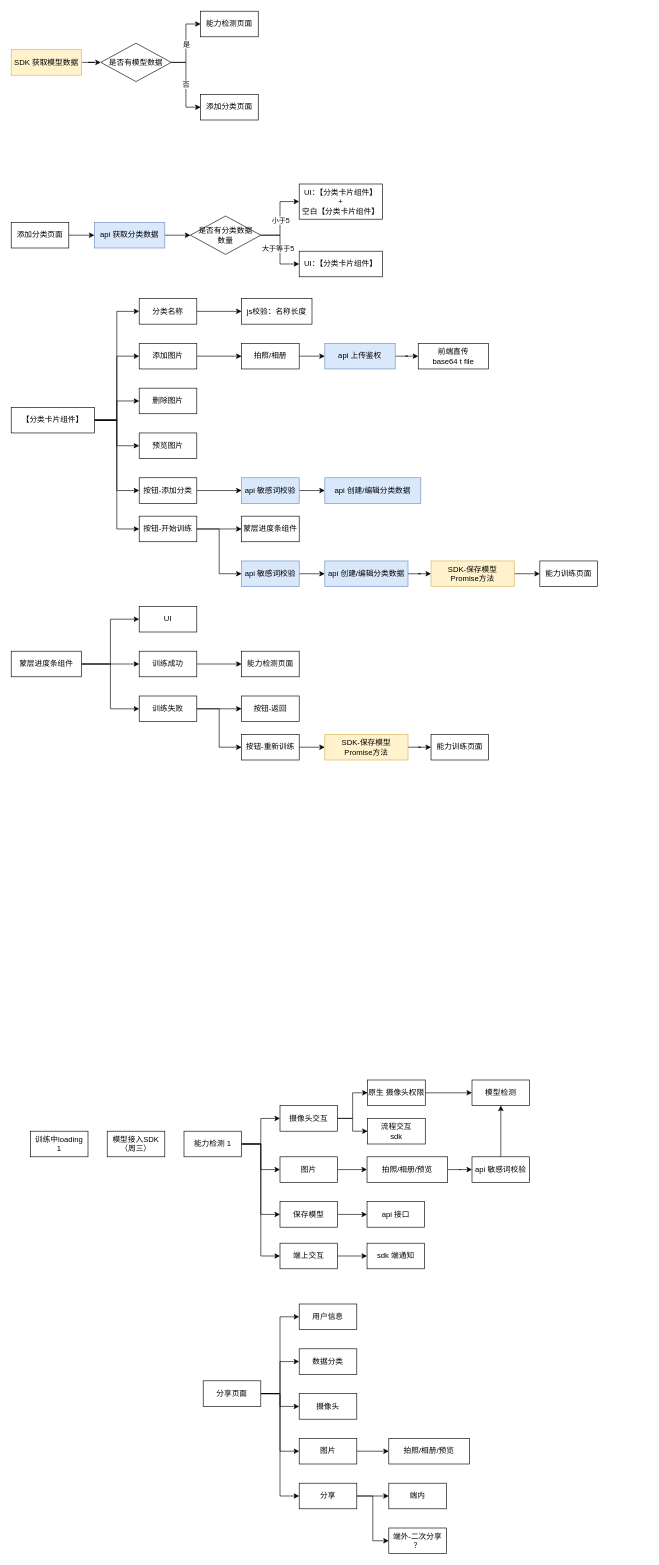
Above: page "物品识别" (9 of 9) of my-project/未命名绘图.drawio in gmtaurus/ceshi (draw.io), before the change. Source tidied: cells renumbered, new cells numbered last; positions are measured from the earlier drawing's top-left corner, leaving out a move shared by most shapes. Both pictures are drawn from the tidied source at 64%, with x=0, y=0 at pixel (11, 11).
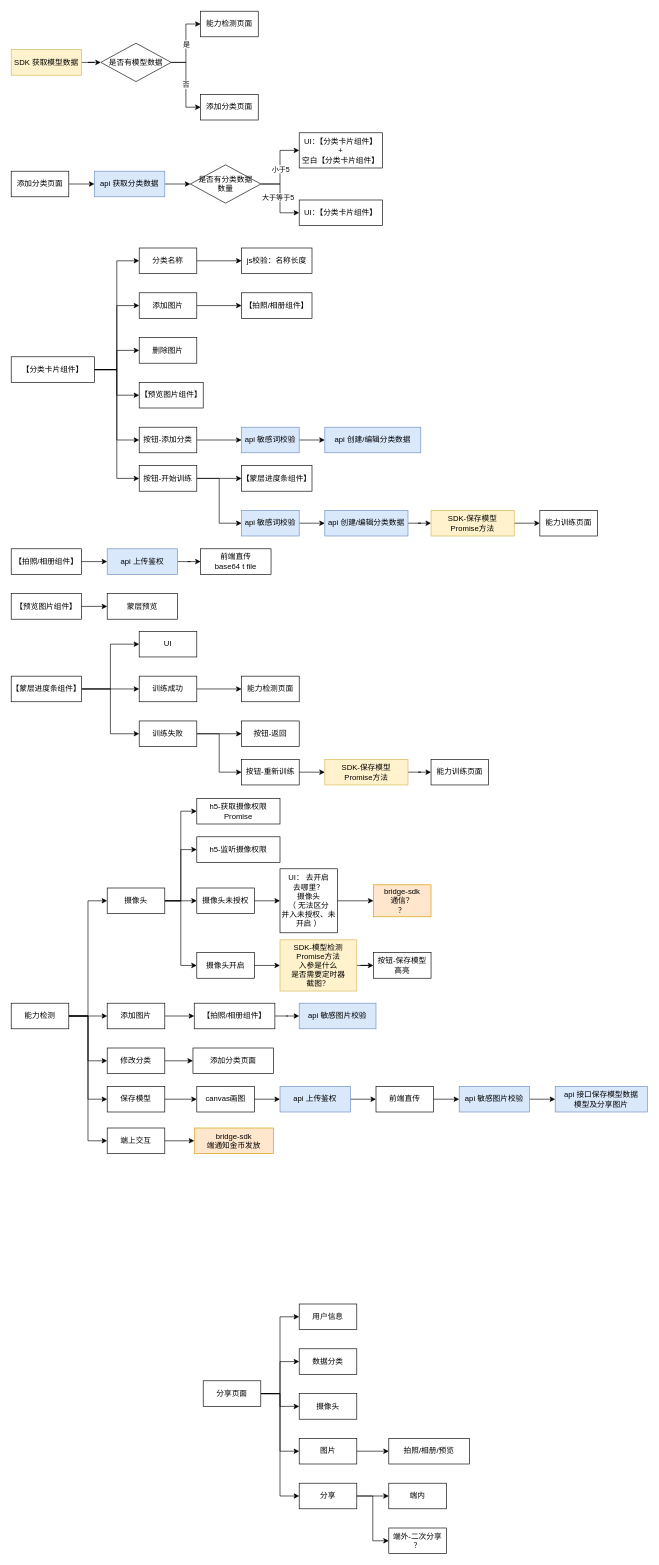
After the change.

Commit message (it also covers changes not shown here):
更新未命名绘图.drawio

The edit, as a diff of the source:
```diff
@@
-    <mxCell id="2" value="训练中loading&lt;br&gt;1" style="rounded=0;whiteSpace=wrap;html=1;" parent="1" vertex="1">
-      <mxGeometry x="30" y="1750" width="90" height="40" as="geometry" />
-    </mxCell>
-    <mxCell id="3" style="edgeStyle=orthogonalEdgeStyle;rounded=0;jettySize=auto;html=1;" parent="1" edge="1" source="7" target="15">
-      <mxGeometry relative="1" as="geometry" />
-    </mxCell>
@@
+    <mxCell id="3" style="edgeStyle=orthogonalEdgeStyle;rounded=0;jettySize=auto;html=1;exitX=1;exitY=0.5;exitDx=0;exitDy=0;entryX=0;entryY=0.5;entryDx=0;entryDy=0;" parent="1" edge="1" source="7" target="15">
+      <mxGeometry relative="1" as="geometry" />
+    </mxCell>
+    <mxCell id="116" style="edgeStyle=orthogonalEdgeStyle;rounded=0;jettySize=auto;html=1;exitX=1;exitY=0.5;exitDx=0;exitDy=0;entryX=0;entryY=0.5;entryDx=0;entryDy=0;" parent="1" edge="1" source="7" target="145">
+      <mxGeometry relative="1" as="geometry" />
+    </mxCell>
-    <mxCell id="7" value="能力检测 1" style="rounded=0;whiteSpace=wrap;html=1;" parent="1" vertex="1">
-      <mxGeometry x="270" y="1750" width="90" height="40" as="geometry" />
+    <mxCell id="7" value="能力检测" style="rounded=0;whiteSpace=wrap;html=1;" parent="1" vertex="1">
+      <mxGeometry y="1550" width="90" height="40" as="geometry" />
     </mxCell>
-    <mxCell id="8" style="edgeStyle=orthogonalEdgeStyle;rounded=0;jettySize=auto;html=1;" parent="1" edge="1" source="10" target="12">
+    <mxCell id="8" style="edgeStyle=orthogonalEdgeStyle;rounded=0;jettySize=auto;html=1;exitX=1;exitY=0.5;exitDx=0;exitDy=0;entryX=0;entryY=0.5;entryDx=0;entryDy=0;" parent="1" edge="1" source="10" target="12">
       <mxGeometry relative="1" as="geometry" />
     </mxCell>
-    <mxCell id="9" style="edgeStyle=orthogonalEdgeStyle;rounded=0;jettySize=auto;html=1;exitX=1;exitY=0.5;exitDx=0;exitDy=0;entryX=0;entryY=0.5;entryDx=0;entryDy=0;" parent="1" edge="1" source="10" target="33">
-      <mxGeometry relative="1" as="geometry" />
-    </mxCell>
+    <mxCell id="117" style="edgeStyle=orthogonalEdgeStyle;rounded=0;jettySize=auto;html=1;exitX=1;exitY=0.5;exitDx=0;exitDy=0;entryX=0;entryY=0.5;entryDx=0;entryDy=0;" parent="1" edge="1" source="10" target="125">
+      <mxGeometry relative="1" as="geometry" />
+    </mxCell>
+    <mxCell id="118" style="edgeStyle=orthogonalEdgeStyle;rounded=0;jettySize=auto;html=1;exitX=1;exitY=0.5;exitDx=0;exitDy=0;entryX=0;entryY=0.5;entryDx=0;entryDy=0;" parent="1" edge="1" source="10" target="130">
+      <mxGeometry relative="1" as="geometry" />
+    </mxCell>
+    <mxCell id="119" style="edgeStyle=orthogonalEdgeStyle;rounded=0;jettySize=auto;html=1;exitX=1;exitY=0.5;exitDx=0;exitDy=0;entryX=0;entryY=0.5;entryDx=0;entryDy=0;" parent="1" edge="1" source="10" target="129">
+      <mxGeometry relative="1" as="geometry" />
+    </mxCell>
-    <mxCell id="10" value="摄像头交互" style="rounded=0;whiteSpace=wrap;html=1;" parent="1" vertex="1">
-      <mxGeometry x="420" y="1710" width="90" height="40" as="geometry" />
+    <mxCell id="10" value="摄像头" style="rounded=0;whiteSpace=wrap;html=1;" parent="1" vertex="1">
+      <mxGeometry x="150" y="1370" width="90" height="40" as="geometry" />
     </mxCell>
-    <mxCell id="11" style="edgeStyle=orthogonalEdgeStyle;rounded=0;jettySize=auto;html=1;" parent="1" edge="1" source="12" target="26">
+    <mxCell id="11" style="edgeStyle=orthogonalEdgeStyle;rounded=0;jettySize=auto;html=1;entryX=0;entryY=0.5;entryDx=0;entryDy=0;" parent="1" edge="1" source="12" target="122">
       <mxGeometry relative="1" as="geometry" />
     </mxCell>
-    <mxCell id="12" value="原生 摄像头权限" style="rounded=0;whiteSpace=wrap;html=1;" parent="1" vertex="1">
-      <mxGeometry x="557" y="1670" width="90" height="40" as="geometry" />
+    <mxCell id="12" value="摄像头未授权" style="rounded=0;whiteSpace=wrap;html=1;" parent="1" vertex="1">
+      <mxGeometry x="290" y="1370" width="90" height="40" as="geometry" />
     </mxCell>
-    <mxCell id="13" value="模型接入SDK（周三）" style="rounded=0;whiteSpace=wrap;html=1;" parent="1" vertex="1">
-      <mxGeometry x="150" y="1750" width="90" height="40" as="geometry" />
-    </mxCell>
@@
-    <mxCell id="15" value="图片" style="rounded=0;whiteSpace=wrap;html=1;" parent="1" vertex="1">
-      <mxGeometry x="420" y="1790" width="90" height="40" as="geometry" />
+    <mxCell id="15" value="添加图片" style="rounded=0;whiteSpace=wrap;html=1;" parent="1" vertex="1">
+      <mxGeometry x="150" y="1550" width="90" height="40" as="geometry" />
     </mxCell>
@@
-    <mxCell id="17" value="拍照/相册/预览" style="rounded=0;whiteSpace=wrap;html=1;" parent="1" vertex="1">
-      <mxGeometry x="556" y="1790" width="126" height="40" as="geometry" />
+    <mxCell id="17" value="【拍照/相册组件】" style="rounded=0;whiteSpace=wrap;html=1;" parent="1" vertex="1">
+      <mxGeometry x="286" y="1550" width="126" height="40" as="geometry" />
     </mxCell>
-    <mxCell id="18" style="edgeStyle=orthogonalEdgeStyle;rounded=0;jettySize=auto;html=1;" parent="1" edge="1" source="19" target="23">
-      <mxGeometry relative="1" as="geometry" />
-    </mxCell>
+    <mxCell id="120" style="edgeStyle=orthogonalEdgeStyle;rounded=0;jettySize=auto;html=1;" parent="1" edge="1" source="19" target="139">
+      <mxGeometry relative="1" as="geometry" />
+    </mxCell>
     <mxCell id="19" value="保存模型" style="rounded=0;whiteSpace=wrap;html=1;" parent="1" vertex="1">
-      <mxGeometry x="420" y="1860" width="90" height="40" as="geometry" />
+      <mxGeometry x="150" y="1680" width="90" height="40" as="geometry" />
     </mxCell>
@@
     <mxCell id="21" value="端上交互" style="rounded=0;whiteSpace=wrap;html=1;" parent="1" vertex="1">
-      <mxGeometry x="420" y="1925" width="90" height="40" as="geometry" />
+      <mxGeometry x="150" y="1745" width="90" height="40" as="geometry" />
     </mxCell>
-    <mxCell id="22" value="sdk 端通知" style="rounded=0;whiteSpace=wrap;html=1;" parent="1" vertex="1">
-      <mxGeometry x="556" y="1925" width="90" height="40" as="geometry" />
+    <mxCell id="22" value="bridge-sdk &lt;br&gt;端通知金币发放" style="rounded=0;whiteSpace=wrap;html=1;fillColor=#ffe6cc;strokeColor=#d79b00;" parent="1" vertex="1">
+      <mxGeometry x="286" y="1745" width="124" height="40" as="geometry" />
     </mxCell>
-    <mxCell id="23" value="api 接口" style="rounded=0;whiteSpace=wrap;html=1;" parent="1" vertex="1">
-      <mxGeometry x="556" y="1860" width="90" height="40" as="geometry" />
+    <mxCell id="23" value="api 接口保存模型数据&lt;br&gt;模型及分享图片" style="rounded=0;whiteSpace=wrap;html=1;fillColor=#dae8fc;strokeColor=#6c8ebf;" parent="1" vertex="1">
+      <mxGeometry x="850" y="1680" width="144" height="40" as="geometry" />
     </mxCell>
-    <mxCell id="24" style="edgeStyle=orthogonalEdgeStyle;rounded=0;jettySize=auto;html=1;" parent="1" edge="1" source="25" target="26">
-      <mxGeometry relative="1" as="geometry" />
-    </mxCell>
-    <mxCell id="25" value="api 敏感词校验" style="rounded=0;whiteSpace=wrap;html=1;" parent="1" vertex="1">
-      <mxGeometry x="720" y="1790" width="90" height="40" as="geometry" />
+    <mxCell id="25" value="api 敏感图片校验" style="rounded=0;whiteSpace=wrap;html=1;fillColor=#dae8fc;strokeColor=#6c8ebf;" parent="1" vertex="1">
+      <mxGeometry x="450" y="1550" width="120" height="40" as="geometry" />
     </mxCell>
-    <mxCell id="26" value="模型检测" style="rounded=0;whiteSpace=wrap;html=1;" parent="1" vertex="1">
-      <mxGeometry x="720" y="1670" width="90" height="40" as="geometry" />
-    </mxCell>
@@
-    <mxCell id="33" value="流程交互&lt;br&gt;sdk" style="rounded=0;whiteSpace=wrap;html=1;" parent="1" vertex="1">
-      <mxGeometry x="557" y="1730" width="90" height="40" as="geometry" />
-    </mxCell>
@@
     <mxCell id="54" value="api 获取分类数据" style="rounded=0;whiteSpace=wrap;html=1;fillColor=#dae8fc;strokeColor=#6c8ebf;" parent="1" vertex="1">
-      <mxGeometry x="130" y="330" width="110" height="40" as="geometry" />
+      <mxGeometry x="130" y="250" width="110" height="40" as="geometry" />
     </mxCell>
@@
     <mxCell id="56" value="添加分类页面" style="rounded=0;whiteSpace=wrap;html=1;" parent="1" vertex="1">
-      <mxGeometry y="330" width="90" height="40" as="geometry" />
+      <mxGeometry y="250" width="90" height="40" as="geometry" />
     </mxCell>
     <mxCell id="57" value="UI：【分类卡片组件】&lt;br&gt;+&lt;br&gt;空白【分类卡片组件】" style="rounded=0;whiteSpace=wrap;html=1;" parent="1" vertex="1">
-      <mxGeometry x="450" y="270" width="130" height="55" as="geometry" />
+      <mxGeometry x="450" y="190" width="130" height="55" as="geometry" />
     </mxCell>
@@
     <mxCell id="62" value="是否有分类数据&lt;br&gt;数量" style="rhombus;whiteSpace=wrap;html=1;" parent="1" vertex="1">
-      <mxGeometry x="280" y="320" width="110" height="60" as="geometry" />
+      <mxGeometry x="280" y="240" width="110" height="60" as="geometry" />
     </mxCell>
     <mxCell id="63" value="UI：【分类卡片组件】" style="rounded=0;whiteSpace=wrap;html=1;" parent="1" vertex="1">
-      <mxGeometry x="450" y="375" width="130" height="40" as="geometry" />
+      <mxGeometry x="450" y="295" width="130" height="40" as="geometry" />
     </mxCell>
@@
     <mxCell id="70" value="【分类卡片组件】" style="rounded=0;whiteSpace=wrap;html=1;" parent="1" vertex="1">
-      <mxGeometry y="619" width="130" height="40" as="geometry" />
+      <mxGeometry y="540" width="130" height="40" as="geometry" />
     </mxCell>
@@
     <mxCell id="72" value="分类名称" style="rounded=0;whiteSpace=wrap;html=1;" parent="1" vertex="1">
-      <mxGeometry x="200" y="449" width="90" height="40" as="geometry" />
+      <mxGeometry x="200" y="370" width="90" height="40" as="geometry" />
     </mxCell>
@@
     <mxCell id="74" value="添加图片" style="rounded=0;whiteSpace=wrap;html=1;" parent="1" vertex="1">
-      <mxGeometry x="200" y="519" width="90" height="40" as="geometry" />
+      <mxGeometry x="200" y="440" width="90" height="40" as="geometry" />
     </mxCell>
@@
     <mxCell id="76" value="按钮-添加分类" style="rounded=0;whiteSpace=wrap;html=1;" parent="1" vertex="1">
-      <mxGeometry x="200" y="729" width="90" height="40" as="geometry" />
+      <mxGeometry x="200" y="650" width="90" height="40" as="geometry" />
     </mxCell>
@@
     <mxCell id="79" value="按钮-开始训练" style="rounded=0;whiteSpace=wrap;html=1;" parent="1" vertex="1">
-      <mxGeometry x="200" y="789" width="90" height="40" as="geometry" />
+      <mxGeometry x="200" y="710" width="90" height="40" as="geometry" />
     </mxCell>
     <mxCell id="80" value="js校验：名称长度" style="rounded=0;whiteSpace=wrap;html=1;" parent="1" vertex="1">
-      <mxGeometry x="360" y="449" width="110" height="40" as="geometry" />
+      <mxGeometry x="360" y="370" width="110" height="40" as="geometry" />
     </mxCell>
@@
     <mxCell id="82" value="api 敏感词校验" style="rounded=0;whiteSpace=wrap;html=1;fillColor=#dae8fc;strokeColor=#6c8ebf;" parent="1" vertex="1">
-      <mxGeometry x="360" y="729" width="90" height="40" as="geometry" />
+      <mxGeometry x="360" y="650" width="90" height="40" as="geometry" />
     </mxCell>
@@
     <mxCell id="84" value="api 敏感词校验" style="rounded=0;whiteSpace=wrap;html=1;fillColor=#dae8fc;strokeColor=#6c8ebf;" parent="1" vertex="1">
-      <mxGeometry x="360" y="859" width="90" height="40" as="geometry" />
+      <mxGeometry x="360" y="780" width="90" height="40" as="geometry" />
     </mxCell>
     <mxCell id="85" value="api 创建/编辑分类数据" style="rounded=0;whiteSpace=wrap;html=1;fillColor=#dae8fc;strokeColor=#6c8ebf;" parent="1" vertex="1">
-      <mxGeometry x="490" y="729" width="150" height="40" as="geometry" />
+      <mxGeometry x="490" y="650" width="150" height="40" as="geometry" />
     </mxCell>
@@
     <mxCell id="87" value="api 创建/编辑分类数据" style="rounded=0;whiteSpace=wrap;html=1;fillColor=#dae8fc;strokeColor=#6c8ebf;" parent="1" vertex="1">
-      <mxGeometry x="490" y="859" width="130" height="40" as="geometry" />
+      <mxGeometry x="490" y="780" width="130" height="40" as="geometry" />
     </mxCell>
@@
     <mxCell id="89" value="SDK-保存模型&lt;br&gt;Promise方法" style="rounded=0;whiteSpace=wrap;html=1;fillColor=#fff2cc;strokeColor=#d6b656;" parent="1" vertex="1">
-      <mxGeometry x="656" y="859" width="130" height="40" as="geometry" />
+      <mxGeometry x="656" y="780" width="130" height="40" as="geometry" />
     </mxCell>
-    <mxCell id="90" style="edgeStyle=orthogonalEdgeStyle;rounded=0;jettySize=auto;html=1;" parent="1" edge="1" source="91" target="95">
-      <mxGeometry relative="1" as="geometry" />
-    </mxCell>
-    <mxCell id="91" value="拍照/相册" style="rounded=0;whiteSpace=wrap;html=1;" parent="1" vertex="1">
-      <mxGeometry x="360" y="519" width="90" height="40" as="geometry" />
+    <mxCell id="91" value="【拍照/相册组件】" style="rounded=0;whiteSpace=wrap;html=1;" parent="1" vertex="1">
+      <mxGeometry x="360" y="440" width="110" height="40" as="geometry" />
     </mxCell>
     <mxCell id="92" value="删除图片" style="rounded=0;whiteSpace=wrap;html=1;" parent="1" vertex="1">
-      <mxGeometry x="200" y="589" width="90" height="40" as="geometry" />
+      <mxGeometry x="200" y="510" width="90" height="40" as="geometry" />
     </mxCell>
-    <mxCell id="93" value="预览图片" style="rounded=0;whiteSpace=wrap;html=1;" parent="1" vertex="1">
-      <mxGeometry x="200" y="659" width="90" height="40" as="geometry" />
+    <mxCell id="93" value="【预览图片组件】" style="rounded=0;whiteSpace=wrap;html=1;" parent="1" vertex="1">
+      <mxGeometry x="200" y="580" width="100" height="40" as="geometry" />
     </mxCell>
@@
     <mxCell id="95" value="api 上传鉴权" style="rounded=0;whiteSpace=wrap;html=1;fillColor=#dae8fc;strokeColor=#6c8ebf;" parent="1" vertex="1">
-      <mxGeometry x="490" y="519" width="110" height="40" as="geometry" />
+      <mxGeometry x="150" y="840" width="110" height="40" as="geometry" />
     </mxCell>
     <mxCell id="96" value="前端直传&lt;br&gt;base64 t file" style="rounded=0;whiteSpace=wrap;html=1;" parent="1" vertex="1">
-      <mxGeometry x="636" y="519" width="110" height="40" as="geometry" />
+      <mxGeometry x="296" y="840" width="110" height="40" as="geometry" />
     </mxCell>
-    <mxCell id="97" value="蒙层进度条组件" style="rounded=0;whiteSpace=wrap;html=1;" parent="1" vertex="1">
-      <mxGeometry x="360" y="789" width="90" height="40" as="geometry" />
+    <mxCell id="97" value="【蒙层进度条组件】" style="rounded=0;whiteSpace=wrap;html=1;" parent="1" vertex="1">
+      <mxGeometry x="360" y="710" width="110" height="40" as="geometry" />
     </mxCell>
@@
-    <mxCell id="101" value="蒙层进度条组件" style="rounded=0;whiteSpace=wrap;html=1;" parent="1" vertex="1">
-      <mxGeometry y="1000" width="110" height="40" as="geometry" />
+    <mxCell id="101" value="【蒙层进度条组件】" style="rounded=0;whiteSpace=wrap;html=1;" parent="1" vertex="1">
+      <mxGeometry y="1039" width="110" height="40" as="geometry" />
     </mxCell>
     <mxCell id="102" value="UI" style="rounded=0;whiteSpace=wrap;html=1;" parent="1" vertex="1">
-      <mxGeometry x="200" y="930" width="90" height="40" as="geometry" />
+      <mxGeometry x="200" y="969" width="90" height="40" as="geometry" />
     </mxCell>
@@
     <mxCell id="104" value="训练成功" style="rounded=0;whiteSpace=wrap;html=1;" parent="1" vertex="1">
-      <mxGeometry x="200" y="1000" width="90" height="40" as="geometry" />
+      <mxGeometry x="200" y="1039" width="90" height="40" as="geometry" />
     </mxCell>
@@
     <mxCell id="107" value="训练失败" style="rounded=0;whiteSpace=wrap;html=1;" parent="1" vertex="1">
-      <mxGeometry x="200" y="1070" width="90" height="40" as="geometry" />
+      <mxGeometry x="200" y="1109" width="90" height="40" as="geometry" />
     </mxCell>
     <mxCell id="108" value="能力检测页面" style="rounded=0;whiteSpace=wrap;html=1;" parent="1" vertex="1">
-      <mxGeometry x="360" y="1000" width="90" height="40" as="geometry" />
+      <mxGeometry x="360" y="1039" width="90" height="40" as="geometry" />
     </mxCell>
     <mxCell id="109" value="按钮-返回" style="rounded=0;whiteSpace=wrap;html=1;" parent="1" vertex="1">
-      <mxGeometry x="360" y="1070" width="90" height="40" as="geometry" />
+      <mxGeometry x="360" y="1109" width="90" height="40" as="geometry" />
     </mxCell>
@@
     <mxCell id="111" value="按钮-重新训练" style="rounded=0;whiteSpace=wrap;html=1;" parent="1" vertex="1">
-      <mxGeometry x="360" y="1130" width="90" height="40" as="geometry" />
+      <mxGeometry x="360" y="1169" width="90" height="40" as="geometry" />
     </mxCell>
@@
     <mxCell id="113" value="SDK-保存模型&lt;br&gt;Promise方法" style="rounded=0;whiteSpace=wrap;html=1;fillColor=#fff2cc;strokeColor=#d6b656;" parent="1" vertex="1">
-      <mxGeometry x="490" y="1130" width="130" height="40" as="geometry" />
+      <mxGeometry x="490" y="1169" width="130" height="40" as="geometry" />
     </mxCell>
     <mxCell id="114" value="能力训练页面" style="rounded=0;whiteSpace=wrap;html=1;" parent="1" vertex="1">
-      <mxGeometry x="826" y="859" width="90" height="40" as="geometry" />
+      <mxGeometry x="826" y="780" width="90" height="40" as="geometry" />
     </mxCell>
     <mxCell id="115" value="能力训练页面" style="rounded=0;whiteSpace=wrap;html=1;" parent="1" vertex="1">
-      <mxGeometry x="656" y="1130" width="90" height="40" as="geometry" />
+      <mxGeometry x="656" y="1169" width="90" height="40" as="geometry" />
     </mxCell>
+    <mxCell id="121" style="edgeStyle=orthogonalEdgeStyle;rounded=0;jettySize=auto;html=1;" parent="1" edge="1" source="122" target="123">
+      <mxGeometry relative="1" as="geometry" />
+    </mxCell>
+    <mxCell id="122" value="UI： 去开启&lt;br&gt;去哪里？&lt;br&gt;摄像头&lt;br style=&quot;border-color: var(--border-color);&quot;&gt;（ 无法区分&lt;br style=&quot;border-color: var(--border-color);&quot;&gt;并入未授权、未开启 ）" style="rounded=0;whiteSpace=wrap;html=1;" parent="1" vertex="1">
+      <mxGeometry x="420" y="1340" width="90" height="100" as="geometry" />
+    </mxCell>
+    <mxCell id="123" value="bridge-sdk&lt;br&gt;通信？&lt;br&gt;？" style="rounded=0;whiteSpace=wrap;html=1;fillColor=#ffe6cc;strokeColor=#d79b00;" parent="1" vertex="1">
+      <mxGeometry x="566" y="1365" width="90" height="50" as="geometry" />
+    </mxCell>
+    <mxCell id="124" style="edgeStyle=orthogonalEdgeStyle;rounded=0;jettySize=auto;html=1;" parent="1" edge="1" source="125" target="127">
+      <mxGeometry relative="1" as="geometry" />
+    </mxCell>
+    <mxCell id="125" value="摄像头开启" style="rounded=0;whiteSpace=wrap;html=1;" parent="1" vertex="1">
+      <mxGeometry x="290" y="1471" width="90" height="40" as="geometry" />
+    </mxCell>
+    <mxCell id="126" style="edgeStyle=orthogonalEdgeStyle;rounded=0;jettySize=auto;html=1;" parent="1" edge="1" source="127" target="128">
+      <mxGeometry relative="1" as="geometry" />
+    </mxCell>
+    <mxCell id="127" value="SDK-模型检测&lt;br&gt;Promise方法&lt;br&gt;入参是什么&lt;br style=&quot;border-color: var(--border-color);&quot;&gt;是否需要定时器&lt;br style=&quot;border-color: var(--border-color);&quot;&gt;截图？" style="rounded=0;whiteSpace=wrap;html=1;fillColor=#fff2cc;strokeColor=#d6b656;" parent="1" vertex="1">
+      <mxGeometry x="420" y="1451" width="120" height="80" as="geometry" />
+    </mxCell>
+    <mxCell id="128" value="按钮-保存模型&lt;br&gt;高亮" style="rounded=0;whiteSpace=wrap;html=1;" parent="1" vertex="1">
+      <mxGeometry x="566" y="1471" width="90" height="40" as="geometry" />
+    </mxCell>
+    <mxCell id="129" value="h5-监听摄像权限" style="rounded=0;whiteSpace=wrap;html=1;" parent="1" vertex="1">
+      <mxGeometry x="290" y="1290" width="130" height="40" as="geometry" />
+    </mxCell>
+    <mxCell id="130" value="h5-获取摄像权限&lt;br&gt;Promise" style="rounded=0;whiteSpace=wrap;html=1;" parent="1" vertex="1">
+      <mxGeometry x="290" y="1230" width="130" height="40" as="geometry" />
+    </mxCell>
+    <mxCell id="131" style="edgeStyle=orthogonalEdgeStyle;rounded=0;jettySize=auto;html=1;" parent="1" edge="1" source="132" target="95">
+      <mxGeometry relative="1" as="geometry" />
+    </mxCell>
+    <mxCell id="132" value="【拍照/相册组件】" style="rounded=0;whiteSpace=wrap;html=1;" parent="1" vertex="1">
+      <mxGeometry y="840" width="110" height="40" as="geometry" />
+    </mxCell>
+    <mxCell id="133" value="蒙层预览" style="rounded=0;whiteSpace=wrap;html=1;" parent="1" vertex="1">
+      <mxGeometry x="150" y="910" width="110" height="40" as="geometry" />
+    </mxCell>
+    <mxCell id="134" style="edgeStyle=orthogonalEdgeStyle;rounded=0;jettySize=auto;html=1;" parent="1" edge="1" source="135" target="133">
+      <mxGeometry relative="1" as="geometry" />
+    </mxCell>
+    <mxCell id="135" value="【预览图片组件】" style="rounded=0;whiteSpace=wrap;html=1;" parent="1" vertex="1">
+      <mxGeometry y="910" width="110" height="40" as="geometry" />
+    </mxCell>
+    <mxCell id="136" style="edgeStyle=orthogonalEdgeStyle;rounded=0;jettySize=auto;html=1;" parent="1" edge="1" source="137" target="23">
+      <mxGeometry relative="1" as="geometry" />
+    </mxCell>
+    <mxCell id="137" value="api 敏感图片校验" style="rounded=0;whiteSpace=wrap;html=1;fillColor=#dae8fc;strokeColor=#6c8ebf;" parent="1" vertex="1">
+      <mxGeometry x="700" y="1680" width="110" height="40" as="geometry" />
+    </mxCell>
+    <mxCell id="138" style="edgeStyle=orthogonalEdgeStyle;rounded=0;jettySize=auto;html=1;" parent="1" edge="1" source="139" target="141">
+      <mxGeometry relative="1" as="geometry" />
+    </mxCell>
+    <mxCell id="139" value="canvas画图" style="rounded=0;whiteSpace=wrap;html=1;" parent="1" vertex="1">
+      <mxGeometry x="290" y="1680" width="90" height="40" as="geometry" />
+    </mxCell>
+    <mxCell id="140" style="edgeStyle=orthogonalEdgeStyle;rounded=0;jettySize=auto;html=1;" parent="1" edge="1" source="141" target="143">
+      <mxGeometry relative="1" as="geometry" />
+    </mxCell>
+    <mxCell id="141" value="api 上传鉴权" style="rounded=0;whiteSpace=wrap;html=1;fillColor=#dae8fc;strokeColor=#6c8ebf;" parent="1" vertex="1">
+      <mxGeometry x="420" y="1680" width="110" height="40" as="geometry" />
+    </mxCell>
+    <mxCell id="142" style="edgeStyle=orthogonalEdgeStyle;rounded=0;jettySize=auto;html=1;" parent="1" edge="1" source="143" target="137">
+      <mxGeometry relative="1" as="geometry" />
+    </mxCell>
+    <mxCell id="143" value="前端直传" style="rounded=0;whiteSpace=wrap;html=1;" parent="1" vertex="1">
+      <mxGeometry x="570" y="1680" width="90" height="40" as="geometry" />
+    </mxCell>
+    <mxCell id="144" style="edgeStyle=orthogonalEdgeStyle;rounded=0;jettySize=auto;html=1;" parent="1" edge="1" source="145" target="146">
+      <mxGeometry relative="1" as="geometry" />
+    </mxCell>
+    <mxCell id="145" value="修改分类" style="rounded=0;whiteSpace=wrap;html=1;" parent="1" vertex="1">
+      <mxGeometry x="150" y="1620" width="90" height="40" as="geometry" />
+    </mxCell>
+    <mxCell id="146" value="添加分类页面" style="rounded=0;whiteSpace=wrap;html=1;" parent="1" vertex="1">
+      <mxGeometry x="284" y="1620" width="126" height="40" as="geometry" />
+    </mxCell>
```
